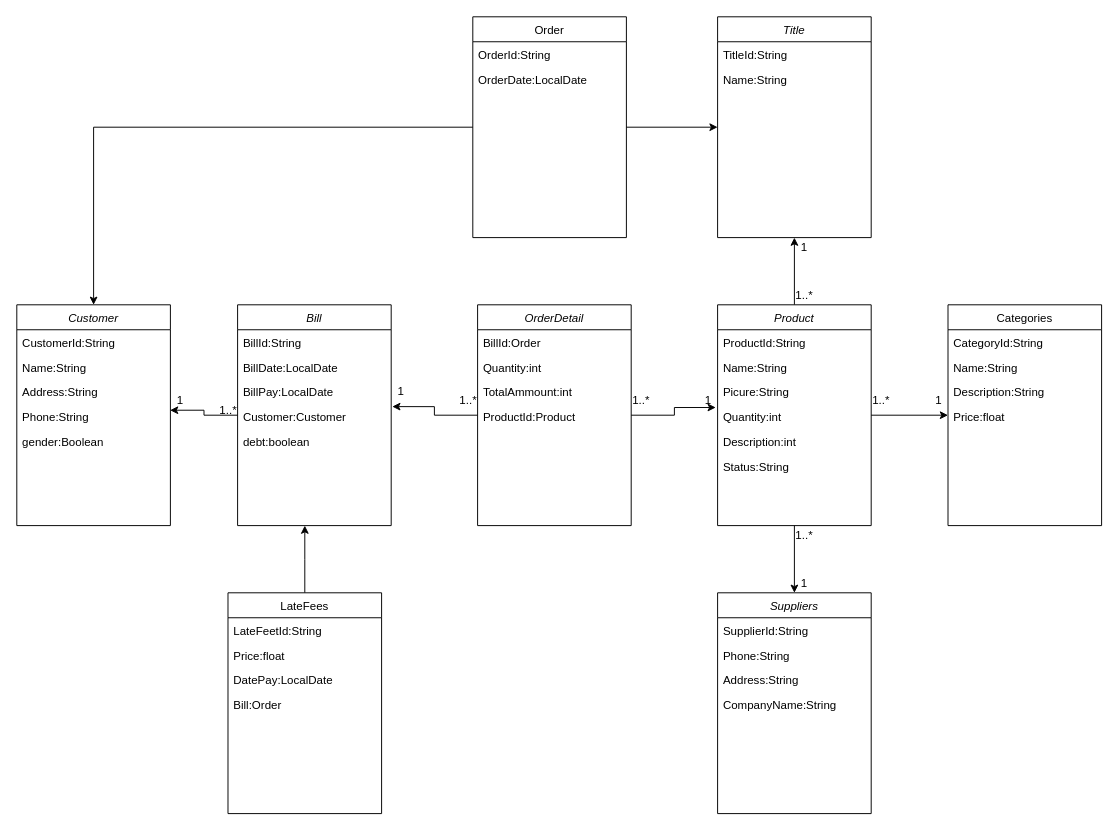
The draw.io diagram database.drawio in quannguyen1999/manage-disks, before the edit. Source tidied: cells renumbered, new cells numbered last; positions are measured from the earlier drawing's top-left corner, leaving out a move shared by most shapes. Both pictures are drawn from the tidied source at 96%, with x=0, y=0 at pixel (16, 16).
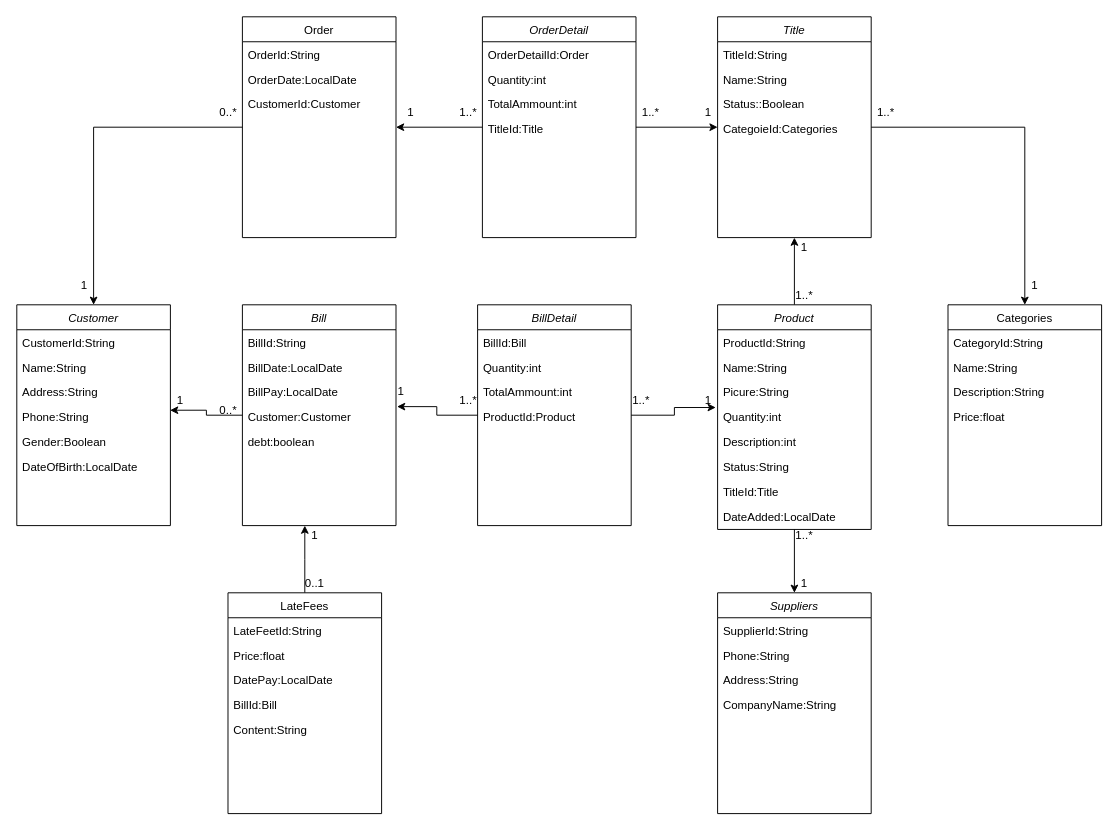
After the change.

Unchanged cells that the change refers to:
```xml
<mxCell id="12" value="Categories" style="swimlane;fontStyle=0;align=center;verticalAlign=top;horizontal=1;startSize=26;rounded=0;shadow=0;strokeWidth=1;" parent="1" vertex="1">
  <mxGeometry x="970" y="300" width="160" height="230" as="geometry" />
</mxCell>
<mxCell id="40" value="Customer" style="swimlane;fontStyle=2;align=center;verticalAlign=top;horizontal=1;startSize=26;rounded=0;shadow=0;strokeWidth=1;" parent="1" vertex="1">
  <mxGeometry y="300" width="160" height="230" as="geometry" />
</mxCell>
<mxCell id="52" value="Title" style="swimlane;fontStyle=2;align=center;verticalAlign=top;horizontal=1;startSize=26;rounded=0;shadow=0;strokeWidth=1;" parent="1" vertex="1">
  <mxGeometry x="730" width="160" height="230" as="geometry" />
</mxCell>
<mxCell id="58" value="LateFees" style="swimlane;fontStyle=0;align=center;verticalAlign=top;horizontal=1;startSize=26;rounded=0;shadow=0;strokeWidth=1;" parent="1" vertex="1">
  <mxGeometry x="220" y="600" width="160" height="230" as="geometry" />
</mxCell>
```

What changed in the source:
```diff
@@
-    <mxCell id="3" style="edgeStyle=orthogonalEdgeStyle;rounded=0;jettySize=auto;html=1;entryX=0;entryY=0.5;entryDx=0;entryDy=0;" parent="1" edge="1" source="5" target="12">
-      <mxGeometry relative="1" as="geometry" />
-    </mxCell>
@@
     <mxCell id="5" value="Product" style="swimlane;fontStyle=2;align=center;verticalAlign=top;horizontal=1;startSize=26;rounded=0;shadow=0;strokeWidth=1;" parent="1" vertex="1">
-      <mxGeometry x="730" y="300" width="160" height="230" as="geometry" />
+      <mxGeometry x="730" y="300" width="160" height="234" as="geometry" />
     </mxCell>
@@
+    <mxCell id="68" value="TitleId:Title" style="text;align=left;verticalAlign=top;spacingLeft=4;spacingRight=4;overflow=hidden;" parent="5" vertex="1">
+      <mxGeometry y="182" width="160" height="26" as="geometry" />
+    </mxCell>
+    <mxCell id="69" value="DateAdded:LocalDate" style="text;align=left;verticalAlign=top;spacingLeft=4;spacingRight=4;overflow=hidden;" parent="5" vertex="1">
+      <mxGeometry y="208" width="160" height="26" as="geometry" />
+    </mxCell>
@@
     <mxCell id="24" value="1..*" style="text;html=1;align=center;verticalAlign=middle;" parent="1" vertex="1">
-      <mxGeometry x="885" y="390" width="30" height="20" as="geometry" />
+      <mxGeometry x="890" y="90" width="30" height="20" as="geometry" />
     </mxCell>
     <mxCell id="25" value="1" style="text;html=1;align=center;verticalAlign=middle;" parent="1" vertex="1">
-      <mxGeometry x="950" y="390" width="20" height="20" as="geometry" />
+      <mxGeometry x="1050" y="270" width="20" height="20" as="geometry" />
     </mxCell>
@@
-    <mxCell id="27" value="Bill" style="swimlane;fontStyle=2;align=center;verticalAlign=top;horizontal=1;startSize=26;rounded=0;shadow=0;strokeWidth=1;" parent="1" vertex="1">
-      <mxGeometry x="230" y="300" width="160" height="230" as="geometry" />
-    </mxCell>
-    <mxCell id="28" value="BillId:String" style="text;align=left;verticalAlign=top;spacingLeft=4;spacingRight=4;overflow=hidden;" parent="27" vertex="1">
-      <mxGeometry y="26" width="160" height="26" as="geometry" />
-    </mxCell>
-    <mxCell id="29" value="BillDate:LocalDate" style="text;align=left;verticalAlign=top;spacingLeft=4;spacingRight=4;overflow=hidden;" parent="27" vertex="1">
-      <mxGeometry y="52" width="160" height="26" as="geometry" />
-    </mxCell>
-    <mxCell id="30" value="BillPay:LocalDate" style="text;align=left;verticalAlign=top;spacingLeft=4;spacingRight=4;overflow=hidden;" parent="27" vertex="1">
-      <mxGeometry y="78" width="160" height="26" as="geometry" />
-    </mxCell>
-    <mxCell id="31" value="Customer:Customer" style="text;align=left;verticalAlign=top;spacingLeft=4;spacingRight=4;overflow=hidden;points=[[0,0.5],[1,0.5]];portConstraint=eastwest;" parent="27" vertex="1">
-      <mxGeometry y="104" width="160" height="26" as="geometry" />
-    </mxCell>
-    <mxCell id="32" value="debt:boolean" style="text;align=left;verticalAlign=top;spacingLeft=4;spacingRight=4;overflow=hidden;" parent="27" vertex="1">
-      <mxGeometry y="130" width="160" height="26" as="geometry" />
-    </mxCell>
@@
-    <mxCell id="35" value="OrderDetail" style="swimlane;fontStyle=2;align=center;verticalAlign=top;horizontal=1;startSize=26;rounded=0;shadow=0;strokeWidth=1;" parent="1" vertex="1">
+    <mxCell id="35" value="BillDetail" style="swimlane;fontStyle=2;align=center;verticalAlign=top;horizontal=1;startSize=26;rounded=0;shadow=0;strokeWidth=1;" parent="1" vertex="1">
       <mxGeometry x="480" y="300" width="160" height="230" as="geometry" />
     </mxCell>
-    <mxCell id="36" value="BillId:Order" style="text;align=left;verticalAlign=top;spacingLeft=4;spacingRight=4;overflow=hidden;" parent="35" vertex="1">
+    <mxCell id="36" value="BillId:Bill" style="text;align=left;verticalAlign=top;spacingLeft=4;spacingRight=4;overflow=hidden;" parent="35" vertex="1">
       <mxGeometry y="26" width="160" height="26" as="geometry" />
     </mxCell>
@@
-    <mxCell id="45" value="gender:Boolean" style="text;align=left;verticalAlign=top;spacingLeft=4;spacingRight=4;overflow=hidden;" parent="40" vertex="1">
+    <mxCell id="45" value="Gender:Boolean" style="text;align=left;verticalAlign=top;spacingLeft=4;spacingRight=4;overflow=hidden;" parent="40" vertex="1">
       <mxGeometry y="130" width="160" height="26" as="geometry" />
     </mxCell>
+    <mxCell id="70" value="DateOfBirth:LocalDate" style="text;align=left;verticalAlign=top;spacingLeft=4;spacingRight=4;overflow=hidden;" parent="40" vertex="1">
+      <mxGeometry y="156" width="160" height="26" as="geometry" />
+    </mxCell>
@@
-    <mxCell id="51" value="1..*" style="text;html=1;align=center;verticalAlign=middle;" parent="1" vertex="1">
+    <mxCell id="51" value="0..*" style="text;html=1;align=center;verticalAlign=middle;" parent="1" vertex="1">
       <mxGeometry x="205" y="400" width="30" height="20" as="geometry" />
     </mxCell>
+    <mxCell id="71" style="edgeStyle=orthogonalEdgeStyle;rounded=0;jettySize=auto;html=1;entryX=0.5;entryY=0;entryDx=0;entryDy=0;" parent="1" edge="1" source="52" target="12">
+      <mxGeometry relative="1" as="geometry" />
+    </mxCell>
@@
+    <mxCell id="72" value="Status::Boolean" style="text;align=left;verticalAlign=top;spacingLeft=4;spacingRight=4;overflow=hidden;" parent="52" vertex="1">
+      <mxGeometry y="78" width="160" height="26" as="geometry" />
+    </mxCell>
+    <mxCell id="73" value="CategoieId:Categories" style="text;align=left;verticalAlign=top;spacingLeft=4;spacingRight=4;overflow=hidden;" parent="52" vertex="1">
+      <mxGeometry y="104" width="160" height="26" as="geometry" />
+    </mxCell>
@@
-    <mxCell id="62" value="Bill:Order" style="text;align=left;verticalAlign=top;spacingLeft=4;spacingRight=4;overflow=hidden;" parent="58" vertex="1">
+    <mxCell id="62" value="BillId:Bill" style="text;align=left;verticalAlign=top;spacingLeft=4;spacingRight=4;overflow=hidden;" parent="58" vertex="1">
       <mxGeometry y="104" width="160" height="26" as="geometry" />
     </mxCell>
-    <mxCell id="63" style="edgeStyle=orthogonalEdgeStyle;rounded=0;jettySize=auto;html=1;entryX=0;entryY=0.5;entryDx=0;entryDy=0;" parent="1" edge="1" source="65" target="52">
-      <mxGeometry relative="1" as="geometry" />
-    </mxCell>
+    <mxCell id="74" value="Content:String" style="text;align=left;verticalAlign=top;spacingLeft=4;spacingRight=4;overflow=hidden;" parent="58" vertex="1">
+      <mxGeometry y="130" width="160" height="26" as="geometry" />
+    </mxCell>
@@
+    <mxCell id="75" value="0..1" style="text;html=1;align=center;verticalAlign=middle;" parent="1" vertex="1">
+      <mxGeometry x="290" y="580" width="40" height="20" as="geometry" />
+    </mxCell>
+    <mxCell id="76" value="1" style="text;html=1;align=center;verticalAlign=middle;" parent="1" vertex="1">
+      <mxGeometry x="300" y="530" width="20" height="20" as="geometry" />
+    </mxCell>
+    <mxCell id="77" value="1" style="text;html=1;align=center;verticalAlign=middle;" parent="1" vertex="1">
+      <mxGeometry x="60" y="270" width="20" height="20" as="geometry" />
+    </mxCell>
+    <mxCell id="78" style="edgeStyle=orthogonalEdgeStyle;rounded=0;jettySize=auto;html=1;entryX=1;entryY=0.5;entryDx=0;entryDy=0;" parent="1" edge="1" source="80" target="65">
+      <mxGeometry relative="1" as="geometry" />
+    </mxCell>
+    <mxCell id="79" style="edgeStyle=orthogonalEdgeStyle;rounded=0;jettySize=auto;html=1;entryX=0;entryY=0.5;entryDx=0;entryDy=0;" parent="1" edge="1" source="80" target="52">
+      <mxGeometry relative="1" as="geometry" />
+    </mxCell>
+    <mxCell id="80" value="OrderDetail" style="swimlane;fontStyle=2;align=center;verticalAlign=top;horizontal=1;startSize=26;rounded=0;shadow=0;strokeWidth=1;" parent="1" vertex="1">
+      <mxGeometry x="485" width="160" height="230" as="geometry" />
+    </mxCell>
+    <mxCell id="81" value="OrderDetailId:Order" style="text;align=left;verticalAlign=top;spacingLeft=4;spacingRight=4;overflow=hidden;" parent="80" vertex="1">
+      <mxGeometry y="26" width="160" height="26" as="geometry" />
+    </mxCell>
+    <mxCell id="82" value="Quantity:int" style="text;align=left;verticalAlign=top;spacingLeft=4;spacingRight=4;overflow=hidden;" parent="80" vertex="1">
+      <mxGeometry y="52" width="160" height="26" as="geometry" />
+    </mxCell>
+    <mxCell id="83" value="TotalAmmount:int" style="text;align=left;verticalAlign=top;spacingLeft=4;spacingRight=4;overflow=hidden;" parent="80" vertex="1">
+      <mxGeometry y="78" width="160" height="26" as="geometry" />
+    </mxCell>
+    <mxCell id="84" value="TitleId:Title" style="text;align=left;verticalAlign=top;spacingLeft=4;spacingRight=4;overflow=hidden;" parent="80" vertex="1">
+      <mxGeometry y="104" width="160" height="26" as="geometry" />
+    </mxCell>
     <mxCell id="65" value="Order" style="swimlane;fontStyle=0;align=center;verticalAlign=top;horizontal=1;startSize=26;rounded=0;shadow=0;strokeWidth=1;" parent="1" vertex="1">
-      <mxGeometry x="475" width="160" height="230" as="geometry" />
+      <mxGeometry x="235" width="160" height="230" as="geometry" />
     </mxCell>
@@
+    <mxCell id="85" value="CustomerId:Customer" style="text;align=left;verticalAlign=top;spacingLeft=4;spacingRight=4;overflow=hidden;" parent="65" vertex="1">
+      <mxGeometry y="78" width="160" height="26" as="geometry" />
+    </mxCell>
+    <mxCell id="86" value="&lt;div&gt;1&lt;/div&gt;" style="text;html=1;align=center;verticalAlign=middle;" parent="1" vertex="1">
+      <mxGeometry x="400" y="90" width="20" height="20" as="geometry" />
+    </mxCell>
+    <mxCell id="87" value="1..*" style="text;html=1;align=center;verticalAlign=middle;" parent="1" vertex="1">
+      <mxGeometry x="455" y="90" width="30" height="20" as="geometry" />
+    </mxCell>
+    <mxCell id="88" value="1..*" style="text;html=1;align=center;verticalAlign=middle;" parent="1" vertex="1">
+      <mxGeometry x="645" y="90" width="30" height="20" as="geometry" />
+    </mxCell>
+    <mxCell id="89" value="1" style="text;html=1;align=center;verticalAlign=middle;" parent="1" vertex="1">
+      <mxGeometry x="710" y="90" width="20" height="20" as="geometry" />
+    </mxCell>
+    <mxCell id="90" value="0..*" style="text;html=1;align=center;verticalAlign=middle;" parent="1" vertex="1">
+      <mxGeometry x="205" y="90" width="30" height="20" as="geometry" />
+    </mxCell>
+    <mxCell id="27" value="Bill" style="swimlane;fontStyle=2;align=center;verticalAlign=top;horizontal=1;startSize=26;rounded=0;shadow=0;strokeWidth=1;" parent="1" vertex="1">
+      <mxGeometry x="235" y="300" width="160" height="230" as="geometry" />
+    </mxCell>
+    <mxCell id="28" value="BillId:String" style="text;align=left;verticalAlign=top;spacingLeft=4;spacingRight=4;overflow=hidden;" parent="27" vertex="1">
+      <mxGeometry y="26" width="160" height="26" as="geometry" />
+    </mxCell>
+    <mxCell id="29" value="BillDate:LocalDate" style="text;align=left;verticalAlign=top;spacingLeft=4;spacingRight=4;overflow=hidden;" parent="27" vertex="1">
+      <mxGeometry y="52" width="160" height="26" as="geometry" />
+    </mxCell>
+    <mxCell id="30" value="BillPay:LocalDate" style="text;align=left;verticalAlign=top;spacingLeft=4;spacingRight=4;overflow=hidden;" parent="27" vertex="1">
+      <mxGeometry y="78" width="160" height="26" as="geometry" />
+    </mxCell>
+    <mxCell id="31" value="Customer:Customer" style="text;align=left;verticalAlign=top;spacingLeft=4;spacingRight=4;overflow=hidden;points=[[0,0.5],[1,0.5]];portConstraint=eastwest;" parent="27" vertex="1">
+      <mxGeometry y="104" width="160" height="26" as="geometry" />
+    </mxCell>
+    <mxCell id="32" value="debt:boolean" style="text;align=left;verticalAlign=top;spacingLeft=4;spacingRight=4;overflow=hidden;" parent="27" vertex="1">
+      <mxGeometry y="130" width="160" height="26" as="geometry" />
+    </mxCell>
```
